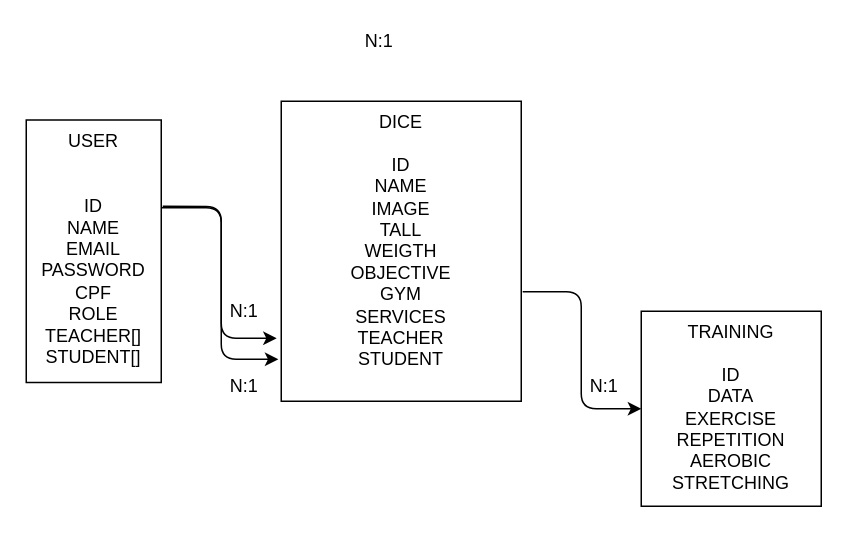
Before: search-healthy/esquema.drawio in iuridantas/Search-healthy, a draw.io diagram. Source tidied: cells renumbered, new cells numbered last; positions are measured from the earlier drawing's top-left corner, leaving out a move shared by most shapes. Both pictures are drawn from the tidied source at 150%, with x=0, y=0 at pixel (26, 26).
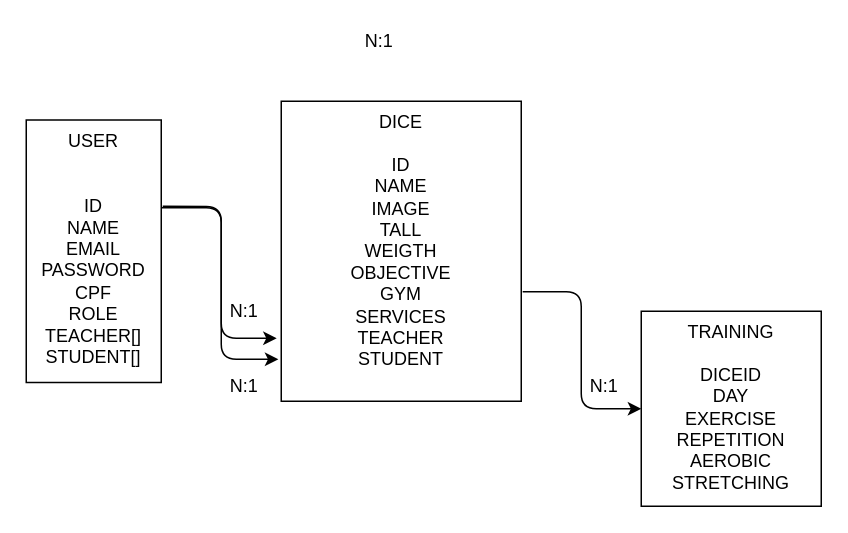
The same diagram, later.

Commit message (it also covers changes not shown here):
feat: implement training entity

Change to the diagram source:
```diff
@@
 <mxGraphModel>
   <root>
     <mxCell id="0" />
     <mxCell id="1" parent="0" />
     <mxCell id="2" value="N:1" style="text;html=1;align=center;verticalAlign=middle;strokeColor=none;fillColor=none;" parent="1" vertex="1">
       <mxGeometry x="220" width="30" height="20" as="geometry" />
     </mxCell>
     <mxCell id="3" style="edgeStyle=orthogonalEdgeStyle;html=1;exitX=1;exitY=0.334;exitDx=0;exitDy=0;entryX=-0.019;entryY=0.79;entryDx=0;entryDy=0;entryPerimeter=0;exitPerimeter=0;" parent="1" edge="1" source="5" target="7">
       <mxGeometry relative="1" as="geometry" />
     </mxCell>
     <mxCell id="4" style="edgeStyle=orthogonalEdgeStyle;html=1;exitX=1.011;exitY=0.329;exitDx=0;exitDy=0;entryX=-0.012;entryY=0.86;entryDx=0;entryDy=0;entryPerimeter=0;exitPerimeter=0;" parent="1" edge="1" source="5" target="7">
       <mxGeometry relative="1" as="geometry" />
     </mxCell>
     <mxCell id="5" value="USER&lt;br&gt;&lt;br&gt;&lt;br&gt;ID&lt;br&gt;NAME&lt;br&gt;EMAIL&lt;br&gt;PASSWORD&lt;br&gt;CPF&lt;br&gt;ROLE&lt;br&gt;TEACHER[]&lt;br&gt;STUDENT[]" style="rounded=0;whiteSpace=wrap;html=1;fillColor=default;verticalAlign=top;" parent="1" vertex="1">
       <mxGeometry y="62.5" width="90" height="175" as="geometry" />
     </mxCell>
     <mxCell id="6" style="edgeStyle=orthogonalEdgeStyle;html=1;entryX=0;entryY=0.5;entryDx=0;entryDy=0;exitX=1.006;exitY=0.635;exitDx=0;exitDy=0;exitPerimeter=0;" parent="1" edge="1" source="7" target="8">
       <mxGeometry relative="1" as="geometry" />
     </mxCell>
     <mxCell id="7" value="DICE&lt;br&gt;&lt;br&gt;ID&lt;br&gt;NAME&lt;br&gt;IMAGE&lt;br&gt;TALL&lt;br&gt;WEIGTH&lt;br&gt;OBJECTIVE&lt;br&gt;GYM&lt;br&gt;SERVICES&lt;br&gt;TEACHER&lt;br&gt;STUDENT" style="rounded=0;whiteSpace=wrap;html=1;fillColor=default;verticalAlign=top;" parent="1" vertex="1">
       <mxGeometry x="170" y="50" width="160" height="200" as="geometry" />
     </mxCell>
-    <mxCell id="8" value="TRAINING&lt;br&gt;&lt;br&gt;ID&lt;br&gt;DATA&lt;br&gt;EXERCISE&lt;br&gt;REPETITION&lt;br&gt;AEROBIC&lt;br&gt;STRETCHING" style="rounded=0;whiteSpace=wrap;html=1;fillColor=default;verticalAlign=top;" parent="1" vertex="1">
+    <mxCell id="8" value="TRAINING&lt;br&gt;&lt;br&gt;DICEID&lt;br&gt;DAY&lt;br&gt;EXERCISE&lt;br&gt;REPETITION&lt;br&gt;AEROBIC&lt;br&gt;STRETCHING" style="rounded=0;whiteSpace=wrap;html=1;fillColor=default;verticalAlign=top;" parent="1" vertex="1">
       <mxGeometry x="410" y="190" width="120" height="130" as="geometry" />
     </mxCell>
     <mxCell id="9" value="N:1" style="text;html=1;align=center;verticalAlign=middle;strokeColor=none;fillColor=none;" parent="1" vertex="1">
       <mxGeometry x="130" y="180" width="30" height="20" as="geometry" />
     </mxCell>
     <mxCell id="10" value="N:1" style="text;html=1;align=center;verticalAlign=middle;strokeColor=none;fillColor=none;" parent="1" vertex="1">
       <mxGeometry x="130" y="230" width="30" height="20" as="geometry" />
     </mxCell>
     <mxCell id="11" value="N:1" style="text;html=1;align=center;verticalAlign=middle;strokeColor=none;fillColor=none;" parent="1" vertex="1">
       <mxGeometry x="370" y="230" width="30" height="20" as="geometry" />
     </mxCell>
   </root>
 </mxGraphModel>
```
